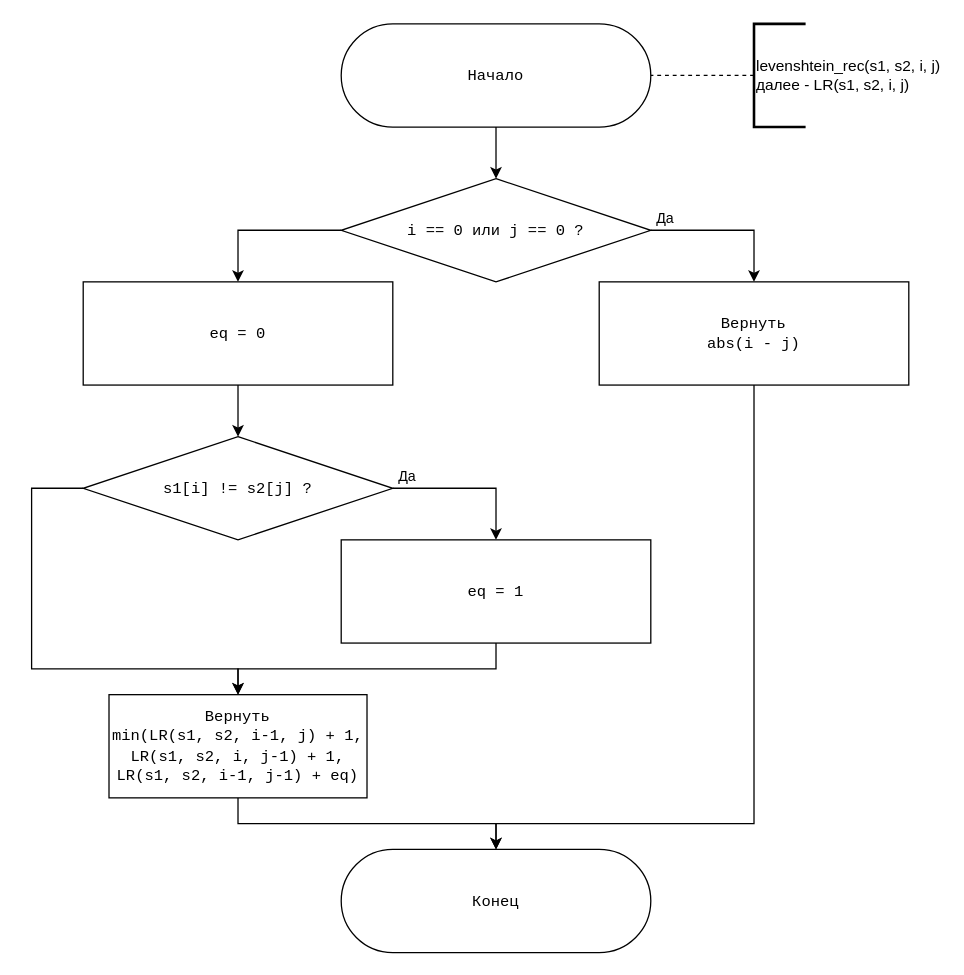
Earlier version of the draw.io diagram page "levelshtein_req" (1 of 2) of lab_01/diagram.drawio (deniska-ned/bmstu_db_aa). Source tidied: cells renumbered, new cells numbered last; positions are measured from the earlier drawing's top-left corner, leaving out a move shared by most shapes. Both pictures are drawn from the tidied source at 129%, with x=0, y=0 at pixel (31, 23).
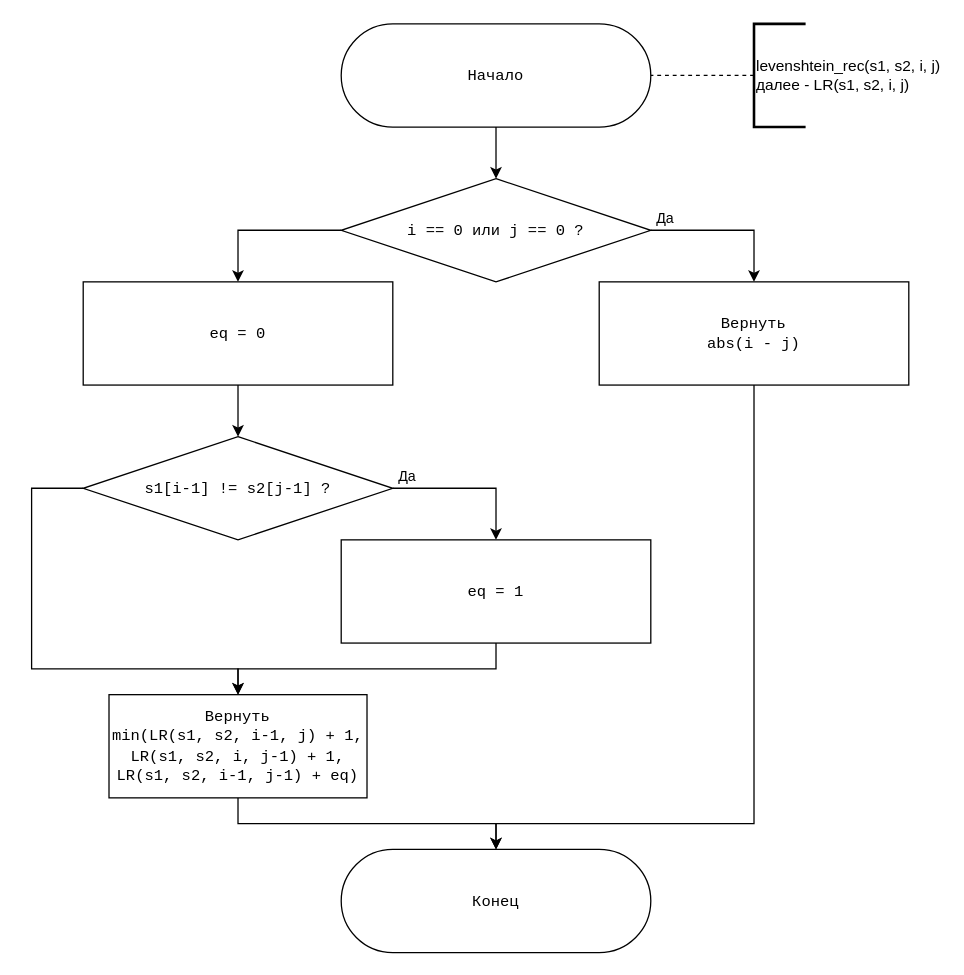
After the change.

The edit, as a diff of the source:
```diff
@@
-    <mxCell id="15" value="&lt;font face=&quot;Courier New&quot;&gt;s1[i] != s2[j] ?&lt;/font&gt;" style="rhombus;whiteSpace=wrap;html=1;" parent="1" vertex="1">
+    <mxCell id="15" value="&lt;font face=&quot;Courier New&quot;&gt;s1[i-1] != s2[j-1] ?&lt;/font&gt;" style="rhombus;whiteSpace=wrap;html=1;" parent="1" vertex="1">
       <mxGeometry x="40" y="320" width="240" height="80" as="geometry" />
     </mxCell>
```
